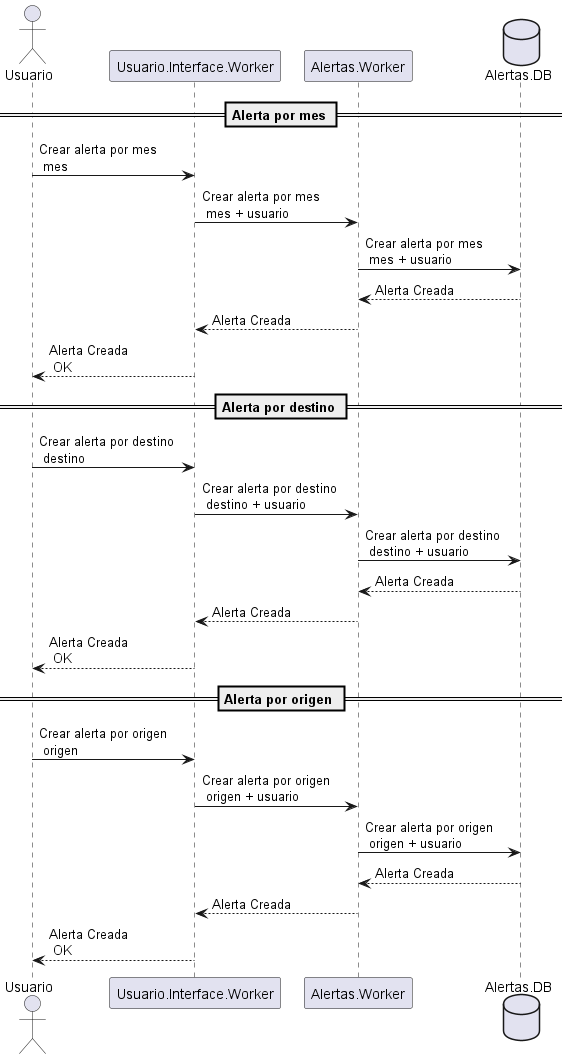
Above: diagrams/Secuencia Creacion de alertas.png in NicoMadd/levantar-vuelo (PlantUML), before the change.
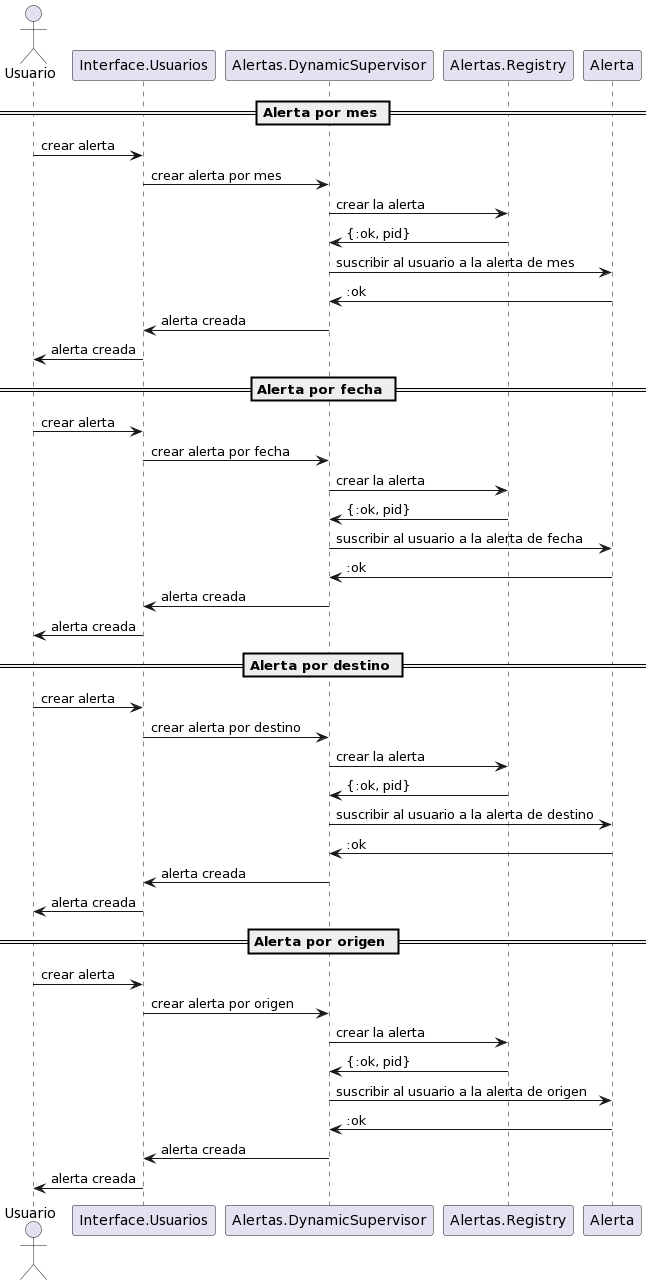
Above is the later version.

Commit message:
update: secuencia de creacion de alerta

The edit, as a diff of the source:
```diff
@@ -1,38 +1,52 @@
-@startuml Secuencia Creacion de alertas
+@startuml
 actor Usuario
-participant Usuario.Interface.Worker
-participant Alertas.Worker
-database Alertas.DB
+participant Interface.Usuarios
+participant Alertas.DynamicSupervisor
+participant Alertas.Registry
+participant Alerta
 
 == Alerta por mes ==
 
-Usuario -> Usuario.Interface.Worker: Crear alerta por mes \n mes
-Usuario.Interface.Worker -> Alertas.Worker: Crear alerta por mes \n mes + usuario
-Alertas.Worker -> Alertas.DB: Crear alerta por mes \n mes + usuario
-Alertas.Worker <-- Alertas.DB: Alerta Creada
-Usuario.Interface.Worker <-- Alertas.Worker: Alerta Creada
-Usuario <-- Usuario.Interface.Worker: Alerta Creada\n OK
+Usuario -> Interface.Usuarios: crear alerta
+Interface.Usuarios -> Alertas.DynamicSupervisor: crear alerta por mes
+Alertas.DynamicSupervisor -> Alertas.Registry: crear la alerta
+Alertas.Registry -> Alertas.DynamicSupervisor: {:ok, pid}
+Alertas.DynamicSupervisor -> Alerta: suscribir al usuario a la alerta de mes
+Alerta -> Alertas.DynamicSupervisor: :ok
+Alertas.DynamicSupervisor -> Interface.Usuarios: alerta creada
+Interface.Usuarios -> Usuario: alerta creada
+
+== Alerta por fecha ==
+
+Usuario -> Interface.Usuarios: crear alerta
+Interface.Usuarios -> Alertas.DynamicSupervisor: crear alerta por fecha
+Alertas.DynamicSupervisor -> Alertas.Registry: crear la alerta
+Alertas.Registry -> Alertas.DynamicSupervisor: {:ok, pid}
+Alertas.DynamicSupervisor -> Alerta: suscribir al usuario a la alerta de fecha
+Alerta -> Alertas.DynamicSupervisor: :ok
+Alertas.DynamicSupervisor -> Interface.Usuarios: alerta creada
+Interface.Usuarios -> Usuario: alerta creada
+
 
 == Alerta por destino ==
 
-Usuario -> Usuario.Interface.Worker: Crear alerta por destino \n destino
-Usuario.Interface.Worker -> Alertas.Worker: Crear alerta por destino \n destino + usuario
-Alertas.Worker -> Alertas.DB: Crear alerta por destino \n destino + usuario
-Alertas.Worker <-- Alertas.DB: Alerta Creada
-Usuario.Interface.Worker <-- Alertas.Worker: Alerta Creada
-Usuario <-- Usuario.Interface.Worker: Alerta Creada\n OK
+Usuario -> Interface.Usuarios: crear alerta
+Interface.Usuarios -> Alertas.DynamicSupervisor: crear alerta por destino
+Alertas.DynamicSupervisor -> Alertas.Registry: crear la alerta
+Alertas.Registry -> Alertas.DynamicSupervisor: {:ok, pid}
+Alertas.DynamicSupervisor -> Alerta: suscribir al usuario a la alerta de destino
+Alerta -> Alertas.DynamicSupervisor: :ok
+Alertas.DynamicSupervisor -> Interface.Usuarios: alerta creada
+Interface.Usuarios -> Usuario: alerta creada
 
 == Alerta por origen ==
 
-Usuario -> Usuario.Interface.Worker: Crear alerta por origen \n origen
-Usuario.Interface.Worker -> Alertas.Worker: Crear alerta por origen \n origen + usuario
-Alertas.Worker -> Alertas.DB: Crear alerta por origen \n origen + usuario
-Alertas.Worker <-- Alertas.DB: Alerta Creada
-Usuario.Interface.Worker <-- Alertas.Worker: Alerta Creada
-Usuario <-- Usuario.Interface.Worker: Alerta Creada\n OK
-
-
-
-
-
+Usuario -> Interface.Usuarios: crear alerta
+Interface.Usuarios -> Alertas.DynamicSupervisor: crear alerta por origen
+Alertas.DynamicSupervisor -> Alertas.Registry: crear la alerta
+Alertas.Registry -> Alertas.DynamicSupervisor: {:ok, pid}
+Alertas.DynamicSupervisor -> Alerta: suscribir al usuario a la alerta de origen
+Alerta -> Alertas.DynamicSupervisor: :ok
+Alertas.DynamicSupervisor -> Interface.Usuarios: alerta creada
+Interface.Usuarios -> Usuario: alerta creada
 @enduml
```
